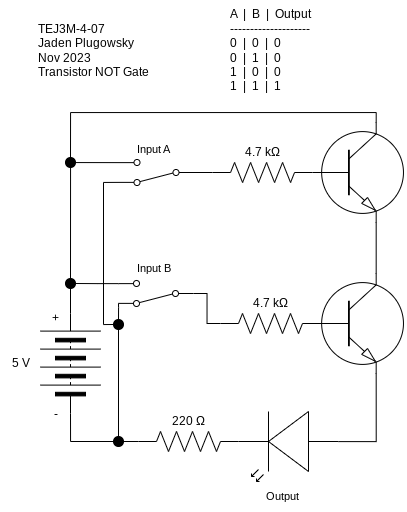
The draw.io diagram Unit-4-08/Unit-4-08.png in Jaden-Plugowsky/TEJ3M-Unit-4, before a commit. Source tidied: cells renumbered, new cells last; positions are measured from the earlier drawing's top-left corner, leaving out a move shared by most shapes. Its diagram source:
```xml
<mxGraphModel>
  <root>
    <mxCell id="0" />
    <mxCell id="1" parent="0" />
    <mxCell id="2" style="verticalLabelPosition=bottom;shadow=0;dashed=0;align=center;html=1;verticalAlign=top;shape=mxgraph.electrical.miscellaneous.batteryStack;rotation=-90;" parent="1" vertex="1">
      <mxGeometry x="20" y="333" width="100" height="60" as="geometry" />
    </mxCell>
    <mxCell id="3" style="verticalLabelPosition=bottom;shadow=0;dashed=0;align=center;html=1;verticalAlign=top;shape=mxgraph.electrical.resistors.resistor_2;" parent="1" vertex="1">
      <mxGeometry x="220" y="313" width="100" height="20" as="geometry" />
    </mxCell>
    <mxCell id="4" style="edgeStyle=orthogonalEdgeStyle;shape=connector;rounded=0;html=1;exitX=1;exitY=0.57;exitDx=0;exitDy=0;exitPerimeter=0;entryX=1;entryY=0.5;entryDx=0;entryDy=0;entryPerimeter=0;labelBackgroundColor=default;strokeColor=default;fontFamily=Helvetica;fontSize=11;fontColor=default;endArrow=none;endFill=0;" parent="1" edge="1" source="5" target="26">
      <mxGeometry relative="1" as="geometry" />
    </mxCell>
    <mxCell id="5" style="verticalLabelPosition=bottom;shadow=0;dashed=0;align=center;html=1;verticalAlign=top;shape=mxgraph.electrical.opto_electronics.led_2;rotation=-180;" parent="1" vertex="1">
      <mxGeometry x="238" y="411" width="100" height="70" as="geometry" />
    </mxCell>
    <mxCell id="6" value="&lt;font style=&quot;font-size: 12px;&quot;&gt;4.7 kΩ&lt;/font&gt;" style="text;html=1;align=center;verticalAlign=middle;strokeColor=none;fillColor=none;fontSize=11;fontFamily=Helvetica;fontColor=default;" parent="1" vertex="1">
      <mxGeometry x="240" y="288" width="60" height="30" as="geometry" />
    </mxCell>
    <mxCell id="7" value="5 V" style="text;html=1;align=center;verticalAlign=middle;strokeColor=none;fillColor=none;fontSize=12;fontFamily=Helvetica;fontColor=default;" parent="1" vertex="1">
      <mxGeometry y="348" width="40" height="30" as="geometry" />
    </mxCell>
    <mxCell id="8" value="&lt;div style=&quot;text-align: left;&quot;&gt;&lt;span style=&quot;background-color: initial;&quot;&gt;TEJ3M-4-07&lt;/span&gt;&lt;/div&gt;&lt;div style=&quot;text-align: left;&quot;&gt;&lt;span style=&quot;background-color: initial;&quot;&gt;Jaden Plugowsky&lt;/span&gt;&lt;/div&gt;&lt;div style=&quot;text-align: left;&quot;&gt;&lt;span style=&quot;background-color: initial;&quot;&gt;Nov 2023&lt;/span&gt;&lt;/div&gt;&lt;div style=&quot;text-align: left;&quot;&gt;Transistor NOT Gate&lt;/div&gt;" style="text;html=1;align=center;verticalAlign=middle;strokeColor=none;fillColor=none;fontSize=12;fontFamily=Helvetica;fontColor=default;" parent="1" vertex="1">
      <mxGeometry x="28" y="15" width="130" height="70" as="geometry" />
    </mxCell>
    <mxCell id="9" style="edgeStyle=orthogonalEdgeStyle;shape=connector;rounded=0;html=1;entryX=0;entryY=0.5;entryDx=0;entryDy=0;entryPerimeter=0;labelBackgroundColor=default;strokeColor=default;fontFamily=Helvetica;fontSize=11;fontColor=default;endArrow=none;endFill=0;" parent="1" edge="1" source="10" target="3">
      <mxGeometry relative="1" as="geometry" />
    </mxCell>
    <mxCell id="10" style="shape=mxgraph.electrical.electro-mechanical.twoWaySwitch;elSwitchState=2;direction=west;" parent="1" vertex="1">
      <mxGeometry x="118" y="280" width="75" height="26" as="geometry" />
    </mxCell>
    <mxCell id="11" style="edgeStyle=orthogonalEdgeStyle;shape=connector;rounded=0;html=1;labelBackgroundColor=default;strokeColor=default;fontFamily=Helvetica;fontSize=11;fontColor=default;endArrow=none;endFill=0;" parent="1" edge="1" source="14">
      <mxGeometry relative="1" as="geometry">
        <mxPoint x="70" y="413" as="targetPoint" />
      </mxGeometry>
    </mxCell>
    <mxCell id="12" style="edgeStyle=orthogonalEdgeStyle;shape=connector;rounded=0;html=1;entryX=0;entryY=0.5;entryDx=0;entryDy=0;entryPerimeter=0;labelBackgroundColor=default;strokeColor=default;fontFamily=Helvetica;fontSize=11;fontColor=default;endArrow=none;endFill=0;" parent="1" edge="1" source="14" target="26">
      <mxGeometry relative="1" as="geometry" />
    </mxCell>
    <mxCell id="13" style="edgeStyle=orthogonalEdgeStyle;shape=connector;rounded=0;html=1;entryX=0.5;entryY=1;entryDx=0;entryDy=0;labelBackgroundColor=default;strokeColor=default;fontFamily=Helvetica;fontSize=11;fontColor=default;endArrow=none;endFill=0;" parent="1" edge="1" source="14" target="36">
      <mxGeometry relative="1" as="geometry" />
    </mxCell>
    <mxCell id="14" style="ellipse;whiteSpace=wrap;html=1;fillColor=#000000;strokeColor=#000000;" parent="1" vertex="1">
      <mxGeometry x="113" y="436" width="10" height="10" as="geometry" />
    </mxCell>
    <mxCell id="15" value="&lt;div style=&quot;text-align: left;&quot;&gt;&lt;div&gt;A&amp;nbsp; |&amp;nbsp; B&amp;nbsp; |&amp;nbsp; Output&lt;/div&gt;&lt;div&gt;--------------------&lt;/div&gt;&lt;div&gt;0&amp;nbsp; |&amp;nbsp; 0&amp;nbsp; |&amp;nbsp; 0&lt;/div&gt;&lt;div&gt;0&amp;nbsp; |&amp;nbsp; 1&amp;nbsp; |&amp;nbsp; 0&lt;/div&gt;&lt;div&gt;1&amp;nbsp; |&amp;nbsp; 0&amp;nbsp; |&amp;nbsp; 0&lt;/div&gt;&lt;div&gt;1&amp;nbsp; |&amp;nbsp; 1&amp;nbsp; |&amp;nbsp; 1&lt;/div&gt;&lt;/div&gt;" style="text;html=1;align=center;verticalAlign=middle;strokeColor=none;fillColor=none;fontSize=12;fontFamily=Helvetica;fontColor=default;" parent="1" vertex="1">
      <mxGeometry x="220" width="100" height="100" as="geometry" />
    </mxCell>
    <mxCell id="16" value="Input B" style="text;html=1;align=center;verticalAlign=middle;strokeColor=none;fillColor=none;fontSize=11;fontFamily=Helvetica;fontColor=default;" parent="1" vertex="1">
      <mxGeometry x="123" y="253" width="60" height="30" as="geometry" />
    </mxCell>
    <mxCell id="17" value="Output" style="text;html=1;align=center;verticalAlign=middle;strokeColor=none;fillColor=none;fontSize=11;fontFamily=Helvetica;fontColor=default;" parent="1" vertex="1">
      <mxGeometry x="252.1" y="481" width="60" height="30" as="geometry" />
    </mxCell>
    <mxCell id="18" style="edgeStyle=orthogonalEdgeStyle;shape=connector;rounded=0;html=1;exitX=0.7;exitY=1;exitDx=0;exitDy=0;exitPerimeter=0;entryX=0;entryY=0.57;entryDx=0;entryDy=0;entryPerimeter=0;labelBackgroundColor=default;strokeColor=default;fontFamily=Helvetica;fontSize=11;fontColor=default;endArrow=none;endFill=0;" parent="1" edge="1" source="19" target="5">
      <mxGeometry relative="1" as="geometry" />
    </mxCell>
    <mxCell id="19" style="verticalLabelPosition=bottom;shadow=0;dashed=0;align=center;html=1;verticalAlign=top;shape=mxgraph.electrical.transistors.npn_transistor_1;fontFamily=Helvetica;fontSize=11;fontColor=default;" parent="1" vertex="1">
      <mxGeometry x="310" y="273" width="95" height="100" as="geometry" />
    </mxCell>
    <mxCell id="20" value="+" style="text;html=1;align=center;verticalAlign=middle;strokeColor=none;fillColor=none;fontSize=12;fontFamily=Helvetica;fontColor=default;" parent="1" vertex="1">
      <mxGeometry x="40" y="303" width="30" height="30" as="geometry" />
    </mxCell>
    <mxCell id="21" value="-" style="text;html=1;align=center;verticalAlign=middle;strokeColor=none;fillColor=none;fontSize=12;fontFamily=Helvetica;fontColor=default;" parent="1" vertex="1">
      <mxGeometry x="40" y="399" width="30" height="30" as="geometry" />
    </mxCell>
    <mxCell id="22" style="edgeStyle=orthogonalEdgeStyle;shape=connector;rounded=0;html=1;exitX=1;exitY=0.88;exitDx=0;exitDy=0;entryX=1;entryY=0.5;entryDx=0;entryDy=0;labelBackgroundColor=default;strokeColor=default;fontFamily=Helvetica;fontSize=11;fontColor=default;endArrow=none;endFill=0;" parent="1" edge="1" source="10" target="25">
      <mxGeometry relative="1" as="geometry" />
    </mxCell>
    <mxCell id="23" style="edgeStyle=orthogonalEdgeStyle;shape=connector;rounded=0;html=1;entryX=1;entryY=0.5;entryDx=0;entryDy=0;labelBackgroundColor=default;strokeColor=default;fontFamily=Helvetica;fontSize=11;fontColor=default;endArrow=none;endFill=0;" parent="1" edge="1" source="25" target="2">
      <mxGeometry relative="1" as="geometry" />
    </mxCell>
    <mxCell id="24" style="edgeStyle=orthogonalEdgeStyle;shape=connector;rounded=0;html=1;entryX=1;entryY=0.88;entryDx=0;entryDy=0;labelBackgroundColor=default;strokeColor=default;fontFamily=Helvetica;fontSize=11;fontColor=default;endArrow=none;endFill=0;" parent="1" edge="1" source="25" target="32">
      <mxGeometry relative="1" as="geometry">
        <Array as="points">
          <mxPoint x="70" y="162" />
        </Array>
      </mxGeometry>
    </mxCell>
    <mxCell id="25" style="ellipse;whiteSpace=wrap;html=1;fillColor=#000000;strokeColor=#000000;" parent="1" vertex="1">
      <mxGeometry x="65" y="278" width="10" height="10" as="geometry" />
    </mxCell>
    <mxCell id="26" style="verticalLabelPosition=bottom;shadow=0;dashed=0;align=center;html=1;verticalAlign=top;shape=mxgraph.electrical.resistors.resistor_2;" parent="1" vertex="1">
      <mxGeometry x="138" y="431" width="100" height="20" as="geometry" />
    </mxCell>
    <mxCell id="27" value="&lt;font style=&quot;font-size: 12px;&quot;&gt;220 Ω&lt;/font&gt;" style="text;html=1;align=center;verticalAlign=middle;strokeColor=none;fillColor=none;fontSize=11;fontFamily=Helvetica;fontColor=default;" parent="1" vertex="1">
      <mxGeometry x="158" y="406" width="60" height="30" as="geometry" />
    </mxCell>
    <mxCell id="28" style="edgeStyle=orthogonalEdgeStyle;shape=connector;rounded=0;html=1;exitX=0.7;exitY=1;exitDx=0;exitDy=0;exitPerimeter=0;entryX=0.7;entryY=0;entryDx=0;entryDy=0;entryPerimeter=0;labelBackgroundColor=default;strokeColor=default;fontFamily=Helvetica;fontSize=11;fontColor=default;endArrow=none;endFill=0;" parent="1" edge="1" source="29" target="19">
      <mxGeometry relative="1" as="geometry" />
    </mxCell>
    <mxCell id="29" style="verticalLabelPosition=bottom;shadow=0;dashed=0;align=center;html=1;verticalAlign=top;shape=mxgraph.electrical.transistors.npn_transistor_1;fontFamily=Helvetica;fontSize=11;fontColor=default;" parent="1" vertex="1">
      <mxGeometry x="310" y="122" width="95" height="100" as="geometry" />
    </mxCell>
    <mxCell id="30" style="edgeStyle=orthogonalEdgeStyle;shape=connector;rounded=0;html=1;exitX=0;exitY=0.5;exitDx=0;exitDy=0;entryX=0;entryY=0.5;entryDx=0;entryDy=0;entryPerimeter=0;labelBackgroundColor=default;strokeColor=default;fontFamily=Helvetica;fontSize=11;fontColor=default;endArrow=none;endFill=0;" parent="1" edge="1" source="32" target="33">
      <mxGeometry relative="1" as="geometry" />
    </mxCell>
    <mxCell id="31" style="edgeStyle=orthogonalEdgeStyle;shape=connector;rounded=0;html=1;exitX=1;exitY=0.12;exitDx=0;exitDy=0;entryX=0;entryY=0.5;entryDx=0;entryDy=0;labelBackgroundColor=default;strokeColor=default;fontFamily=Helvetica;fontSize=11;fontColor=default;endArrow=none;endFill=0;" parent="1" edge="1" source="32" target="36">
      <mxGeometry relative="1" as="geometry" />
    </mxCell>
    <mxCell id="32" style="shape=mxgraph.electrical.electro-mechanical.twoWaySwitch;elSwitchState=2;direction=west;" parent="1" vertex="1">
      <mxGeometry x="118.5" y="159" width="75" height="26" as="geometry" />
    </mxCell>
    <mxCell id="33" style="verticalLabelPosition=bottom;shadow=0;dashed=0;align=center;html=1;verticalAlign=top;shape=mxgraph.electrical.resistors.resistor_2;" parent="1" vertex="1">
      <mxGeometry x="212.1" y="162" width="100" height="20" as="geometry" />
    </mxCell>
    <mxCell id="34" value="&lt;font style=&quot;font-size: 12px;&quot;&gt;4.7 kΩ&lt;/font&gt;" style="text;html=1;align=center;verticalAlign=middle;strokeColor=none;fillColor=none;fontSize=11;fontFamily=Helvetica;fontColor=default;" parent="1" vertex="1">
      <mxGeometry x="232.1" y="137" width="60" height="30" as="geometry" />
    </mxCell>
    <mxCell id="35" style="edgeStyle=orthogonalEdgeStyle;shape=connector;rounded=0;html=1;exitX=1;exitY=0.12;exitDx=0;exitDy=0;entryX=0.5;entryY=0;entryDx=0;entryDy=0;labelBackgroundColor=default;strokeColor=default;fontFamily=Helvetica;fontSize=11;fontColor=default;endArrow=none;endFill=0;" parent="1" edge="1" source="10" target="36">
      <mxGeometry relative="1" as="geometry">
        <Array as="points">
          <mxPoint x="118" y="307" />
          <mxPoint x="118" y="307" />
        </Array>
      </mxGeometry>
    </mxCell>
    <mxCell id="36" style="ellipse;whiteSpace=wrap;html=1;fillColor=#000000;strokeColor=#000000;" parent="1" vertex="1">
      <mxGeometry x="113" y="319" width="10" height="10" as="geometry" />
    </mxCell>
    <mxCell id="37" value="Input A" style="text;html=1;align=center;verticalAlign=middle;strokeColor=none;fillColor=none;fontSize=11;fontFamily=Helvetica;fontColor=default;" parent="1" vertex="1">
      <mxGeometry x="123" y="134" width="60" height="30" as="geometry" />
    </mxCell>
    <mxCell id="38" style="edgeStyle=orthogonalEdgeStyle;shape=connector;rounded=0;html=1;entryX=0.7;entryY=0;entryDx=0;entryDy=0;entryPerimeter=0;labelBackgroundColor=default;strokeColor=default;fontFamily=Helvetica;fontSize=11;fontColor=default;endArrow=none;endFill=0;" parent="1" edge="1" source="39" target="29">
      <mxGeometry relative="1" as="geometry">
        <Array as="points">
          <mxPoint x="70" y="112" />
          <mxPoint x="376" y="112" />
        </Array>
      </mxGeometry>
    </mxCell>
    <mxCell id="39" style="ellipse;whiteSpace=wrap;html=1;fillColor=#000000;strokeColor=#000000;" parent="1" vertex="1">
      <mxGeometry x="65" y="157" width="10" height="10" as="geometry" />
    </mxCell>
  </root>
</mxGraphModel>
```
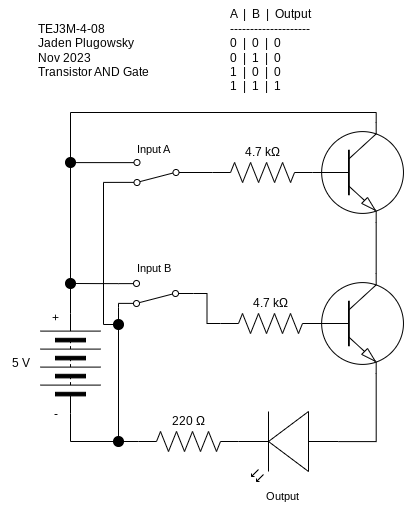
The same diagram one commit later.

Change to the diagram source:
```diff
@@ -20,7 +20,7 @@
     <mxCell id="7" value="5 V" style="text;html=1;align=center;verticalAlign=middle;strokeColor=none;fillColor=none;fontSize=12;fontFamily=Helvetica;fontColor=default;" parent="1" vertex="1">
       <mxGeometry y="348" width="40" height="30" as="geometry" />
     </mxCell>
-    <mxCell id="8" value="&lt;div style=&quot;text-align: left;&quot;&gt;&lt;span style=&quot;background-color: initial;&quot;&gt;TEJ3M-4-07&lt;/span&gt;&lt;/div&gt;&lt;div style=&quot;text-align: left;&quot;&gt;&lt;span style=&quot;background-color: initial;&quot;&gt;Jaden Plugowsky&lt;/span&gt;&lt;/div&gt;&lt;div style=&quot;text-align: left;&quot;&gt;&lt;span style=&quot;background-color: initial;&quot;&gt;Nov 2023&lt;/span&gt;&lt;/div&gt;&lt;div style=&quot;text-align: left;&quot;&gt;Transistor NOT Gate&lt;/div&gt;" style="text;html=1;align=center;verticalAlign=middle;strokeColor=none;fillColor=none;fontSize=12;fontFamily=Helvetica;fontColor=default;" parent="1" vertex="1">
+    <mxCell id="8" value="&lt;div style=&quot;text-align: left;&quot;&gt;&lt;span style=&quot;background-color: initial;&quot;&gt;TEJ3M-4-08&lt;/span&gt;&lt;/div&gt;&lt;div style=&quot;text-align: left;&quot;&gt;&lt;span style=&quot;background-color: initial;&quot;&gt;Jaden Plugowsky&lt;/span&gt;&lt;/div&gt;&lt;div style=&quot;text-align: left;&quot;&gt;&lt;span style=&quot;background-color: initial;&quot;&gt;Nov 2023&lt;/span&gt;&lt;/div&gt;&lt;div style=&quot;text-align: left;&quot;&gt;Transistor AND Gate&lt;/div&gt;" style="text;html=1;align=center;verticalAlign=middle;strokeColor=none;fillColor=none;fontSize=12;fontFamily=Helvetica;fontColor=default;" parent="1" vertex="1">
       <mxGeometry x="28" y="15" width="130" height="70" as="geometry" />
     </mxCell>
     <mxCell id="9" style="edgeStyle=orthogonalEdgeStyle;shape=connector;rounded=0;html=1;entryX=0;entryY=0.5;entryDx=0;entryDy=0;entryPerimeter=0;labelBackgroundColor=default;strokeColor=default;fontFamily=Helvetica;fontSize=11;fontColor=default;endArrow=none;endFill=0;" parent="1" edge="1" source="10" target="3">
```
